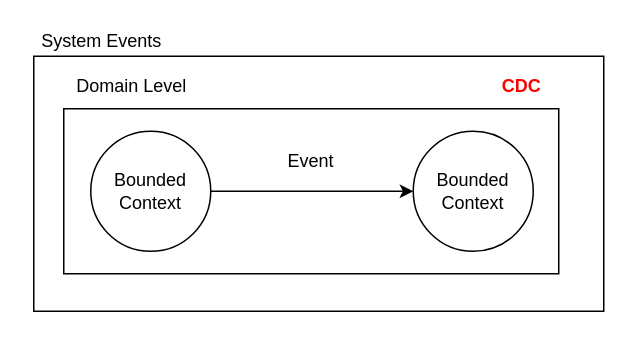
This is presentation/cdc_and_events.drawio from RodrigoCMoraes/fb-postgres-debezium-kafka, a draw.io file, before an edit. Source tidied: cells renumbered, new cells numbered last; positions are measured from the earlier drawing's top-left corner, leaving out a move shared by most shapes. Both pictures are drawn from the tidied source at 150%, with x=0, y=0 at pixel (26, 26).
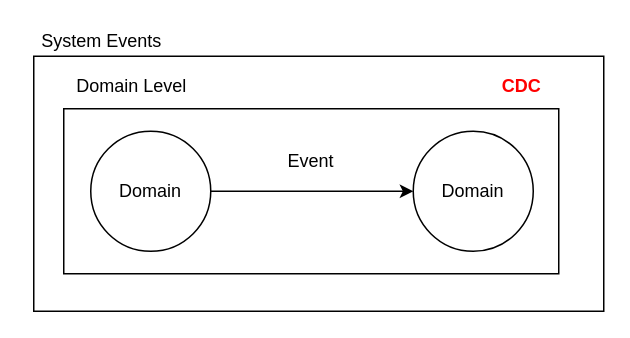
After the change.

Change to the diagram source:
```diff
@@
 <mxGraphModel>
   <root>
     <mxCell id="0" />
     <mxCell id="1" parent="0" />
     <mxCell id="2" style="rounded=0;whiteSpace=wrap;html=1;" parent="1" vertex="1">
       <mxGeometry x="5" y="20" width="380" height="170" as="geometry" />
     </mxCell>
     <mxCell id="3" style="rounded=0;whiteSpace=wrap;html=1;" parent="1" vertex="1">
       <mxGeometry x="25" y="55" width="330" height="110" as="geometry" />
     </mxCell>
     <mxCell id="4" style="edgeStyle=orthogonalEdgeStyle;rounded=0;jettySize=auto;html=1;exitX=1;exitY=0.5;exitDx=0;exitDy=0;entryX=0;entryY=0.5;entryDx=0;entryDy=0;curved=1;" parent="1" edge="1" source="5" target="6">
       <mxGeometry relative="1" as="geometry" />
     </mxCell>
-    <mxCell id="5" value="Bounded&lt;br&gt;Context" style="ellipse;whiteSpace=wrap;html=1;" parent="1" vertex="1">
+    <mxCell id="5" value="Domain" style="ellipse;whiteSpace=wrap;html=1;" parent="1" vertex="1">
       <mxGeometry x="43" y="70" width="80" height="80" as="geometry" />
     </mxCell>
-    <mxCell id="6" value="Bounded&lt;br&gt;Context" style="ellipse;whiteSpace=wrap;html=1;" parent="1" vertex="1">
+    <mxCell id="6" value="Domain" style="ellipse;whiteSpace=wrap;html=1;" parent="1" vertex="1">
       <mxGeometry x="258" y="70" width="80" height="80" as="geometry" />
     </mxCell>
     <mxCell id="7" value="Event" style="text;html=1;strokeColor=none;fillColor=none;align=center;verticalAlign=middle;whiteSpace=wrap;rounded=0;" parent="1" vertex="1">
       <mxGeometry x="170" y="80" width="40" height="20" as="geometry" />
     </mxCell>
     <mxCell id="8" value="Domain Level" style="text;html=1;align=center;verticalAlign=middle;" parent="1" vertex="1">
       <mxGeometry x="25" y="30" width="90" height="20" as="geometry" />
     </mxCell>
     <mxCell id="9" value="System Events" style="text;html=1;align=center;verticalAlign=middle;" parent="1" vertex="1">
       <mxGeometry width="100" height="20" as="geometry" />
     </mxCell>
     <mxCell id="10" value="&lt;font color=&quot;#ff0000&quot;&gt;&lt;b&gt;CDC&lt;/b&gt;&lt;/font&gt;" style="text;html=1;align=center;verticalAlign=middle;" parent="1" vertex="1">
       <mxGeometry x="310" y="30" width="40" height="20" as="geometry" />
     </mxCell>
   </root>
 </mxGraphModel>
```
